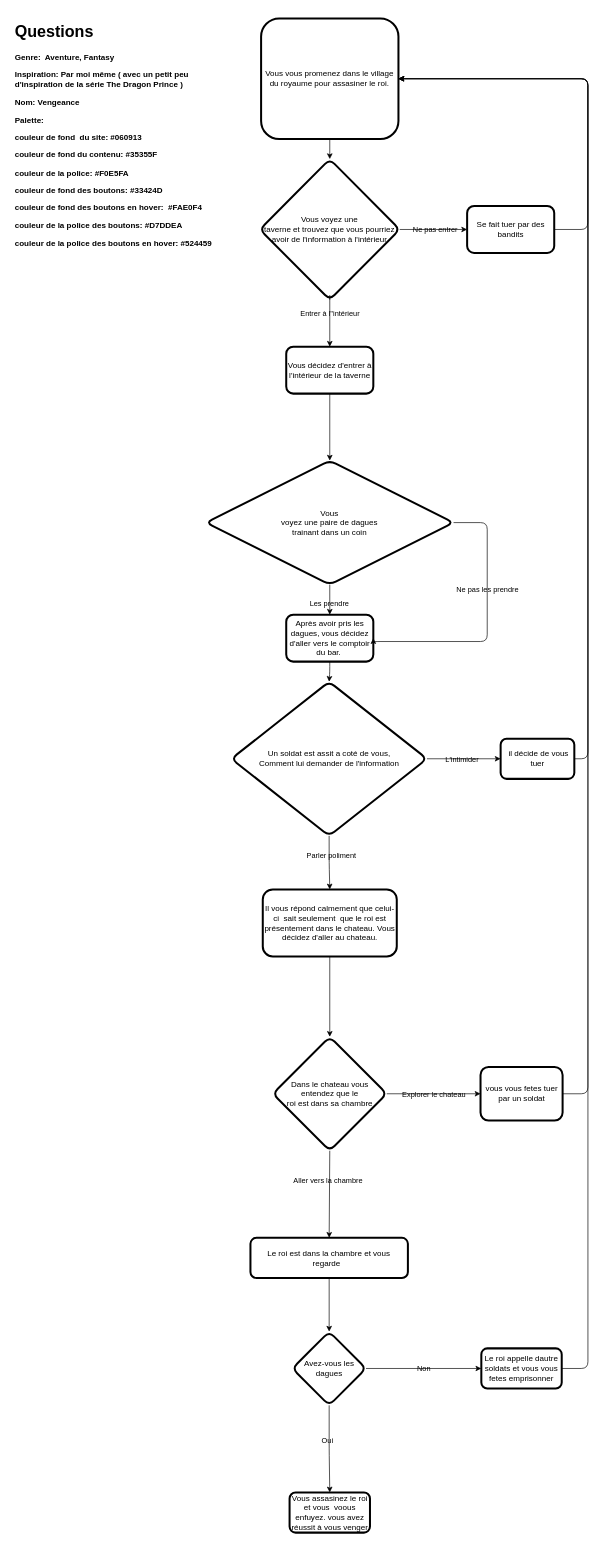
The draw.io diagram schemat.drawio in MaikHamel/histoire-dont-vous-etes-le-hero.github.io, before the edit. Source tidied: cells renumbered, new cells numbered last; positions are measured from the earlier drawing's top-left corner, leaving out a move shared by most shapes. Both pictures are drawn from the tidied source at 67%, with x=0, y=0 at pixel (11, 18).
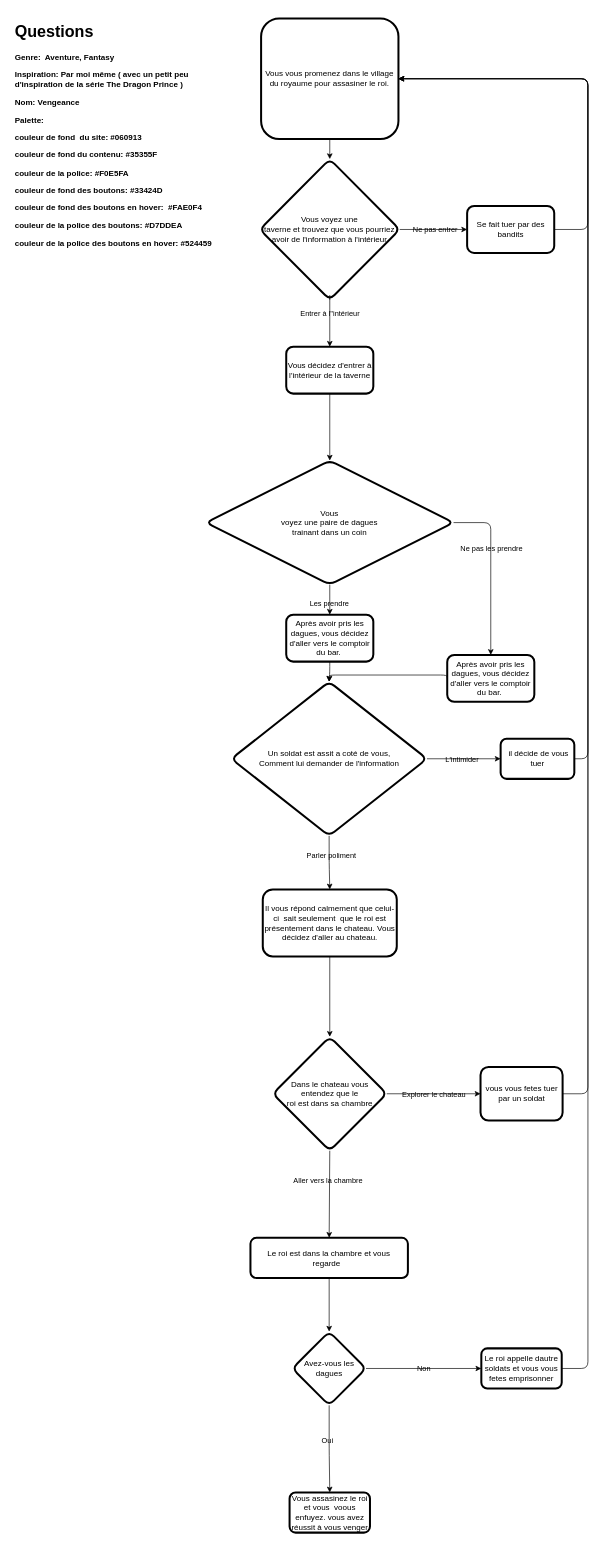
After the change.

The change refers to these unchanged cells:
```xml
<mxCell id="16" value="Après avoir pris les dagues, vous décidez d'aller vers le comptoir du bar.&amp;nbsp;" style="rounded=1;whiteSpace=wrap;html=1;labelBorderColor=none;labelBackgroundColor=none;fillColor=none;fontColor=#000000;strokeColor=#000000;strokeWidth=3;" parent="1" vertex="1">
  <mxGeometry x="409.7" y="890" width="130" height="70" as="geometry" />
</mxCell>
<mxCell id="21" value="&lt;font style=&quot;font-size: 12px;&quot;&gt;Un soldat est assit a coté de vous, &lt;br&gt;Comment lui demander de l'information&lt;/font&gt;" style="rhombus;whiteSpace=wrap;html=1;rounded=1;labelBorderColor=none;labelBackgroundColor=none;fillColor=none;fontColor=#000000;strokeColor=#000000;strokeWidth=3;" parent="1" vertex="1">
  <mxGeometry x="327.8" y="990" width="291.9" height="230" as="geometry" />
</mxCell>
<mxCell id="42" value="&lt;font style=&quot;&quot;&gt;&lt;font style=&quot;font-size: 12px;&quot;&gt;Vous &lt;br&gt;voyez une paire de dagues &lt;br&gt;trainant dans un coin&lt;/font&gt;&lt;br&gt;&lt;/font&gt;" style="rhombus;whiteSpace=wrap;html=1;rounded=1;labelBorderColor=none;labelBackgroundColor=none;fillColor=none;fontColor=#000000;strokeColor=#000000;strokeWidth=3;" parent="1" vertex="1">
  <mxGeometry x="290" y="660" width="369.4" height="185" as="geometry" />
</mxCell>
```

What changed in the source:
```diff
@@
-    <mxCell id="9" style="edgeStyle=orthogonalEdgeStyle;html=1;exitX=1;exitY=0.5;exitDx=0;exitDy=0;entryX=1;entryY=0.5;entryDx=0;entryDy=0;strokeColor=#000000;" parent="1" edge="1" source="42" target="16">
+    <mxCell id="9" style="edgeStyle=orthogonalEdgeStyle;html=1;exitX=1;exitY=0.5;exitDx=0;exitDy=0;strokeColor=#000000;entryX=0.5;entryY=0;entryDx=0;entryDy=0;" parent="1" edge="1" source="42" target="47">
       <mxGeometry relative="1" as="geometry">
         <Array as="points">
-          <mxPoint x="709.7" y="753" />
-          <mxPoint x="709.7" y="930" />
-          <mxPoint x="539.7" y="930" />
+          <mxPoint x="715" y="753" />
         </Array>
       </mxGeometry>
     </mxCell>
@@
+    <mxCell id="46" style="edgeStyle=orthogonalEdgeStyle;html=1;exitX=0;exitY=0.5;exitDx=0;exitDy=0;entryX=0.5;entryY=0;entryDx=0;entryDy=0;strokeColor=#000000;" parent="1" edge="1" source="47" target="21">
+      <mxGeometry relative="1" as="geometry">
+        <Array as="points">
+          <mxPoint x="650" y="980" />
+          <mxPoint x="474" y="980" />
+        </Array>
+      </mxGeometry>
+    </mxCell>
+    <mxCell id="47" value="Après avoir pris les dagues, vous décidez d'aller vers le comptoir du bar.&amp;nbsp;" style="rounded=1;whiteSpace=wrap;html=1;labelBorderColor=none;labelBackgroundColor=none;fillColor=none;fontColor=#000000;strokeColor=#000000;strokeWidth=3;" parent="1" vertex="1">
+      <mxGeometry x="650" y="950" width="130" height="70" as="geometry" />
+    </mxCell>
```
